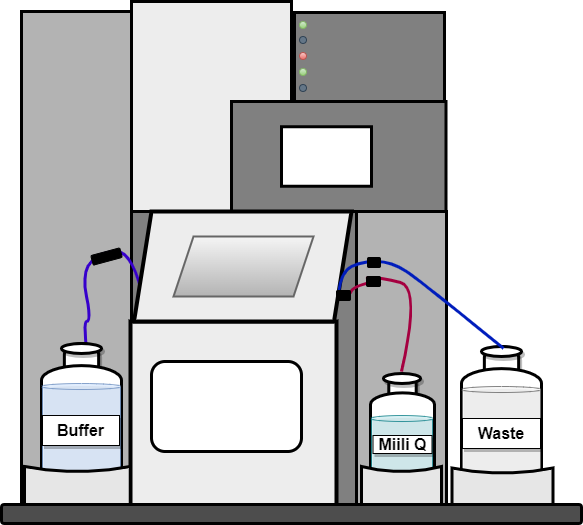
virtual-labs/exp-protein-ligand-spr-iitkgp keeps this draw.io diagram as experiment/simulation/images/sprmachine.png. Above is the earlier version. Source tidied: cells renumbered, new cells last; positions are measured from the earlier drawing's top-left corner, leaving out a move shared by most shapes. The source it was exported from:
```xml
<mxGraphModel>
  <root>
    <mxCell id="0" />
    <mxCell id="1" parent="0" />
    <mxCell id="2" style="rounded=0;whiteSpace=wrap;html=1;fillColor=#808080;strokeWidth=3;" parent="1" vertex="1">
      <mxGeometry x="40" y="210" width="404" height="301" as="geometry" />
    </mxCell>
    <mxCell id="3" style="rounded=0;whiteSpace=wrap;html=1;fillColor=#B3B3B3;strokeWidth=3;" parent="1" vertex="1">
      <mxGeometry x="20" y="10" width="110" height="500" as="geometry" />
    </mxCell>
    <mxCell id="4" style="curved=1;endArrow=none;html=1;rounded=0;endFill=0;strokeColor=#3700CC;strokeWidth=3;exitX=0.675;exitY=0.033;exitDx=0;exitDy=0;exitPerimeter=0;fillColor=#6a00ff;" parent="1" edge="1" source="21">
      <mxGeometry relative="1" as="geometry">
        <mxPoint x="140" y="290" as="targetPoint" />
        <Array as="points">
          <mxPoint x="80" y="320" />
          <mxPoint x="90" y="320" />
          <mxPoint x="80" y="270" />
          <mxPoint x="100" y="250" />
          <mxPoint x="130" y="250" />
        </Array>
      </mxGeometry>
    </mxCell>
    <mxCell id="5" style="rounded=0;whiteSpace=wrap;html=1;strokeWidth=4;fillColor=#EDEDED;" parent="1" vertex="1">
      <mxGeometry x="129" y="320" width="206" height="190" as="geometry" />
    </mxCell>
    <mxCell id="6" style="rounded=0;whiteSpace=wrap;html=1;fillColor=#808080;strokeWidth=3;" parent="1" vertex="1">
      <mxGeometry x="134.5" y="100" width="310" height="110" as="geometry" />
    </mxCell>
    <mxCell id="7" style="rounded=0;whiteSpace=wrap;html=1;fillColor=#808080;strokeWidth=3;" parent="1" vertex="1">
      <mxGeometry x="293" y="11" width="150" height="89" as="geometry" />
    </mxCell>
    <mxCell id="8" style="shape=corner;whiteSpace=wrap;html=1;dx=100;dy=100;strokeWidth=3;fillColor=#EDEDED;" parent="1" vertex="1">
      <mxGeometry x="130" width="160" height="210" as="geometry" />
    </mxCell>
    <mxCell id="9" style="rounded=0;whiteSpace=wrap;html=1;strokeWidth=3;" parent="1" vertex="1">
      <mxGeometry x="280" y="125.2" width="90" height="59.5" as="geometry" />
    </mxCell>
    <mxCell id="10" style="rounded=1;whiteSpace=wrap;html=1;strokeWidth=3;" parent="1" vertex="1">
      <mxGeometry x="150" y="360" width="150" height="90" as="geometry" />
    </mxCell>
    <mxCell id="11" style="shape=parallelogram;perimeter=parallelogramPerimeter;whiteSpace=wrap;html=1;fixedSize=1;size=17.5;strokeWidth=4;fillColor=#EDEDED;" parent="1" vertex="1">
      <mxGeometry x="132.5" y="210" width="217.5" height="110" as="geometry" />
    </mxCell>
    <mxCell id="12" style="rounded=0;whiteSpace=wrap;html=1;fillColor=#B3B3B3;strokeWidth=3;" parent="1" vertex="1">
      <mxGeometry x="355" y="210" width="90" height="300" as="geometry" />
    </mxCell>
    <mxCell id="13" style="shape=parallelogram;perimeter=parallelogramPerimeter;whiteSpace=wrap;html=1;fixedSize=1;strokeWidth=2;fillColor=#f5f5f5;gradientColor=#b3b3b3;strokeColor=#666666;" parent="1" vertex="1">
      <mxGeometry x="172" y="235" width="140" height="60" as="geometry" />
    </mxCell>
    <mxCell id="14" style="ellipse;whiteSpace=wrap;html=1;fillColor=#d5e8d4;gradientColor=#97d077;strokeColor=#82b366;" parent="1" vertex="1">
      <mxGeometry x="298" y="20" width="7" height="7" as="geometry" />
    </mxCell>
    <mxCell id="15" style="ellipse;whiteSpace=wrap;html=1;fillColor=#647687;strokeColor=#314354;fontColor=#ffffff;" parent="1" vertex="1">
      <mxGeometry x="298" y="35" width="7" height="7" as="geometry" />
    </mxCell>
    <mxCell id="16" style="ellipse;whiteSpace=wrap;html=1;fillColor=#f8cecc;gradientColor=#ea6b66;strokeColor=#b85450;" parent="1" vertex="1">
      <mxGeometry x="298" y="51" width="7" height="7" as="geometry" />
    </mxCell>
    <mxCell id="17" style="ellipse;whiteSpace=wrap;html=1;fillColor=#d5e8d4;gradientColor=#97d077;strokeColor=#82b366;" parent="1" vertex="1">
      <mxGeometry x="298" y="67" width="7" height="7" as="geometry" />
    </mxCell>
    <mxCell id="18" style="ellipse;whiteSpace=wrap;html=1;fillColor=#647687;fontColor=#ffffff;strokeColor=#314354;" parent="1" vertex="1">
      <mxGeometry x="298" y="83" width="7" height="7" as="geometry" />
    </mxCell>
    <mxCell id="19" style="shape=mxgraph.pid.vessels.gas_bottle;html=1;align=center;verticalLabelPosition=bottom;verticalAlign=top;dashed=0;strokeWidth=3;shadow=1;" parent="1" vertex="1">
      <mxGeometry x="40" y="342" width="80" height="140" as="geometry" />
    </mxCell>
    <mxCell id="20" style="shape=cylinder3;whiteSpace=wrap;html=1;boundedLbl=1;backgroundOutline=1;size=3;shadow=1;fontSize=16;strokeWidth=1;opacity=80;fillColor=#dae8fc;strokeColor=#6c8ebf;" parent="1" vertex="1">
      <mxGeometry x="41" y="382" width="78" height="100" as="geometry" />
    </mxCell>
    <mxCell id="21" value="&lt;b&gt;&lt;font style=&quot;font-size: 16px;&quot;&gt;Buffer&lt;/font&gt;&lt;/b&gt;" style="rounded=1;whiteSpace=wrap;html=1;shadow=1;strokeWidth=1;arcSize=0;" parent="1" vertex="1">
      <mxGeometry x="41" y="414" width="77" height="30" as="geometry" />
    </mxCell>
    <mxCell id="22" style="ellipse;whiteSpace=wrap;html=1;shadow=1;fontSize=16;strokeWidth=3;" parent="1" vertex="1">
      <mxGeometry x="60" y="342" width="40" height="10" as="geometry" />
    </mxCell>
    <mxCell id="23" style="shape=dataStorage;whiteSpace=wrap;html=1;fixedSize=1;rotation=-90;size=5;strokeWidth=3;fillColor=#E6E6E6;" parent="1" vertex="1">
      <mxGeometry x="53.4" y="434.7" width="45" height="105.6" as="geometry" />
    </mxCell>
    <mxCell id="24" style="shape=mxgraph.pid.vessels.gas_bottle;html=1;align=center;verticalLabelPosition=bottom;verticalAlign=top;dashed=0;strokeWidth=3;shadow=1;" parent="1" vertex="1">
      <mxGeometry x="460" y="345" width="80" height="140" as="geometry" />
    </mxCell>
    <mxCell id="25" style="shape=cylinder3;whiteSpace=wrap;html=1;boundedLbl=1;backgroundOutline=1;size=3;shadow=1;fontSize=16;strokeWidth=1;opacity=80;fillColor=#f5f5f5;strokeColor=#666666;fontColor=#333333;" parent="1" vertex="1">
      <mxGeometry x="461" y="385" width="78" height="100" as="geometry" />
    </mxCell>
    <mxCell id="26" value="&lt;b&gt;&lt;font style=&quot;font-size: 16px;&quot;&gt;Waste&lt;/font&gt;&lt;/b&gt;" style="rounded=1;whiteSpace=wrap;html=1;shadow=1;strokeWidth=1;arcSize=0;" parent="1" vertex="1">
      <mxGeometry x="461" y="417" width="78" height="30" as="geometry" />
    </mxCell>
    <mxCell id="27" style="ellipse;whiteSpace=wrap;html=1;shadow=1;fontSize=16;strokeWidth=3;" parent="1" vertex="1">
      <mxGeometry x="480" y="345" width="40" height="10" as="geometry" />
    </mxCell>
    <mxCell id="28" style="shape=dataStorage;whiteSpace=wrap;html=1;fixedSize=1;rotation=-90;size=5;strokeWidth=3;fillColor=#E6E6E6;" parent="1" vertex="1">
      <mxGeometry x="478.5" y="438.5" width="45" height="101" as="geometry" />
    </mxCell>
    <mxCell id="29" style="curved=1;endArrow=none;html=1;rounded=0;entryX=0.525;entryY=0.014;entryDx=0;entryDy=0;entryPerimeter=0;exitX=1;exitY=0.75;exitDx=0;exitDy=0;endFill=0;strokeColor=#001DBC;strokeWidth=3;fillColor=#0050ef;" parent="1" edge="1" source="11" target="24">
      <mxGeometry relative="1" as="geometry">
        <Array as="points">
          <mxPoint x="340" y="270" />
          <mxPoint x="360" y="260" />
          <mxPoint x="390" y="260" />
          <mxPoint x="420" y="280" />
        </Array>
      </mxGeometry>
    </mxCell>
    <mxCell id="30" style="shape=mxgraph.pid.vessels.gas_bottle;html=1;align=center;verticalLabelPosition=bottom;verticalAlign=top;dashed=0;strokeWidth=3;shadow=1;" parent="1" vertex="1">
      <mxGeometry x="369" y="374" width="64" height="110" as="geometry" />
    </mxCell>
    <mxCell id="31" style="shape=cylinder3;whiteSpace=wrap;html=1;boundedLbl=1;backgroundOutline=1;size=3;shadow=1;fontSize=16;strokeWidth=1;opacity=80;fillColor=#CEECF0;strokeColor=#0e8088;" parent="1" vertex="1">
      <mxGeometry x="370" y="414" width="61" height="70" as="geometry" />
    </mxCell>
    <mxCell id="32" value="&lt;span style=&quot;font-size: 16px;&quot;&gt;&lt;b&gt;Miili Q&lt;/b&gt;&lt;/span&gt;" style="rounded=1;whiteSpace=wrap;html=1;shadow=1;strokeWidth=1;arcSize=0;" parent="1" vertex="1">
      <mxGeometry x="371.5" y="434" width="59" height="18" as="geometry" />
    </mxCell>
    <mxCell id="33" style="shape=dataStorage;whiteSpace=wrap;html=1;fixedSize=1;rotation=-90;size=5;strokeWidth=3;fillColor=#E6E6E6;" parent="1" vertex="1">
      <mxGeometry x="377.5" y="447.5" width="45" height="80" as="geometry" />
    </mxCell>
    <mxCell id="34" style="curved=1;endArrow=none;html=1;rounded=0;exitX=1;exitY=0.75;exitDx=0;exitDy=0;endFill=0;strokeColor=#A50040;strokeWidth=3;fillColor=#d80073;" parent="1" edge="1" source="39">
      <mxGeometry relative="1" as="geometry">
        <mxPoint x="400" y="370" as="targetPoint" />
        <Array as="points">
          <mxPoint x="359" y="276" />
          <mxPoint x="379" y="276" />
          <mxPoint x="419" y="286" />
        </Array>
      </mxGeometry>
    </mxCell>
    <mxCell id="35" style="ellipse;whiteSpace=wrap;html=1;shadow=1;fontSize=16;strokeWidth=3;" parent="1" vertex="1">
      <mxGeometry x="382" y="372" width="37" height="10" as="geometry" />
    </mxCell>
    <mxCell id="36" style="rounded=1;whiteSpace=wrap;html=1;strokeWidth=3;fillColor=#4D4D4D;" parent="1" vertex="1">
      <mxGeometry y="503" width="580" height="19" as="geometry" />
    </mxCell>
    <mxCell id="37" style="rounded=1;whiteSpace=wrap;html=1;rotation=-15;fillColor=#000000;" parent="1" vertex="1">
      <mxGeometry x="90" y="250" width="30" height="10" as="geometry" />
    </mxCell>
    <mxCell id="38" style="curved=1;endArrow=none;html=1;rounded=0;exitX=1;exitY=0.75;exitDx=0;exitDy=0;endFill=0;strokeColor=#A50040;strokeWidth=3;fillColor=#d80073;" parent="1" edge="1" target="39">
      <mxGeometry relative="1" as="geometry">
        <mxPoint x="348.4" y="292.5" as="sourcePoint" />
        <Array as="points">
          <mxPoint x="349" y="286" />
        </Array>
      </mxGeometry>
    </mxCell>
    <mxCell id="39" style="rounded=1;whiteSpace=wrap;html=1;rotation=0;fillColor=#000000;" parent="1" vertex="1">
      <mxGeometry x="365" y="275" width="14" height="10" as="geometry" />
    </mxCell>
    <mxCell id="40" style="rounded=1;whiteSpace=wrap;html=1;rotation=0;fillColor=#000000;" parent="1" vertex="1">
      <mxGeometry x="366" y="256" width="13" height="10" as="geometry" />
    </mxCell>
    <mxCell id="41" style="curved=1;endArrow=none;html=1;rounded=0;exitX=1;exitY=0.75;exitDx=0;exitDy=0;endFill=0;strokeColor=#A50040;strokeWidth=3;fillColor=#d80073;" parent="1" edge="1">
      <mxGeometry relative="1" as="geometry">
        <mxPoint x="336" y="295" as="sourcePoint" />
        <mxPoint x="336.2" y="294.8" as="targetPoint" />
      </mxGeometry>
    </mxCell>
    <mxCell id="42" style="rounded=1;whiteSpace=wrap;html=1;rotation=0;fillColor=#000000;" parent="1" vertex="1">
      <mxGeometry x="335" y="289" width="14" height="10" as="geometry" />
    </mxCell>
  </root>
</mxGraphModel>
```
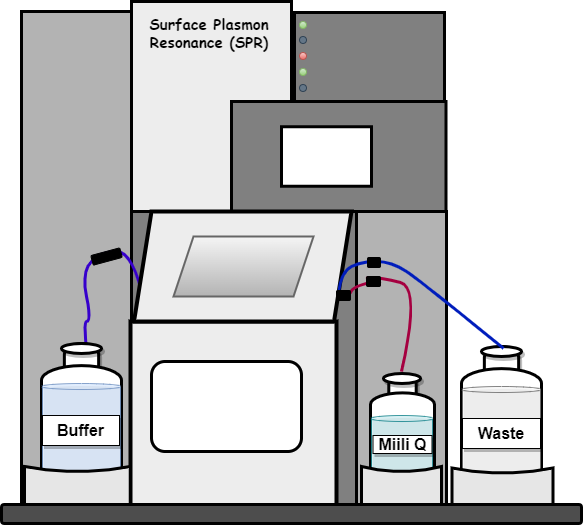
Above is the later version.

What changed in the source:
```diff
@@ -156,5 +156,8 @@
     <mxCell id="42" style="rounded=1;whiteSpace=wrap;html=1;rotation=0;fillColor=#000000;" parent="1" vertex="1">
       <mxGeometry x="335" y="289" width="14" height="10" as="geometry" />
     </mxCell>
+    <mxCell id="43" value="Surface Plasmon Resonance (SPR)" style="text;html=1;strokeColor=none;fillColor=none;align=center;verticalAlign=middle;whiteSpace=wrap;rounded=0;fontStyle=1;fontSize=15;horizontal=1;fontFamily=Comic Sans MS;" parent="1" vertex="1">
+      <mxGeometry x="132.5" y="11" width="150" height="39" as="geometry" />
+    </mxCell>
   </root>
 </mxGraphModel>
```
